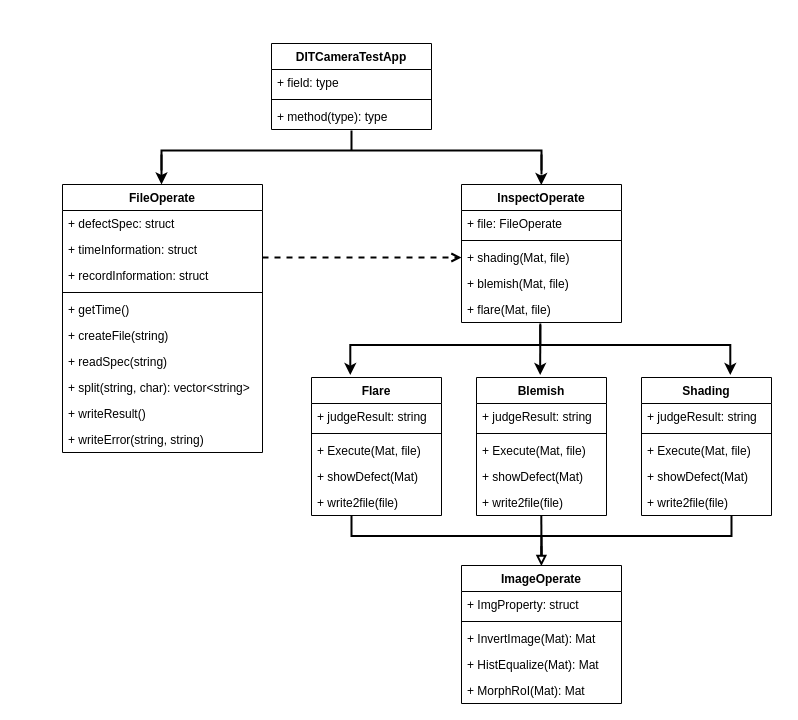
The draw.io diagram 未命名圖表.drawio in muscleee/UML, before the edit. Source tidied: cells renumbered, new cells numbered last; positions are measured from the earlier drawing's top-left corner, leaving out a move shared by most shapes. Both pictures are drawn from the tidied source at 100%, with x=0, y=0 at pixel (62, 43).
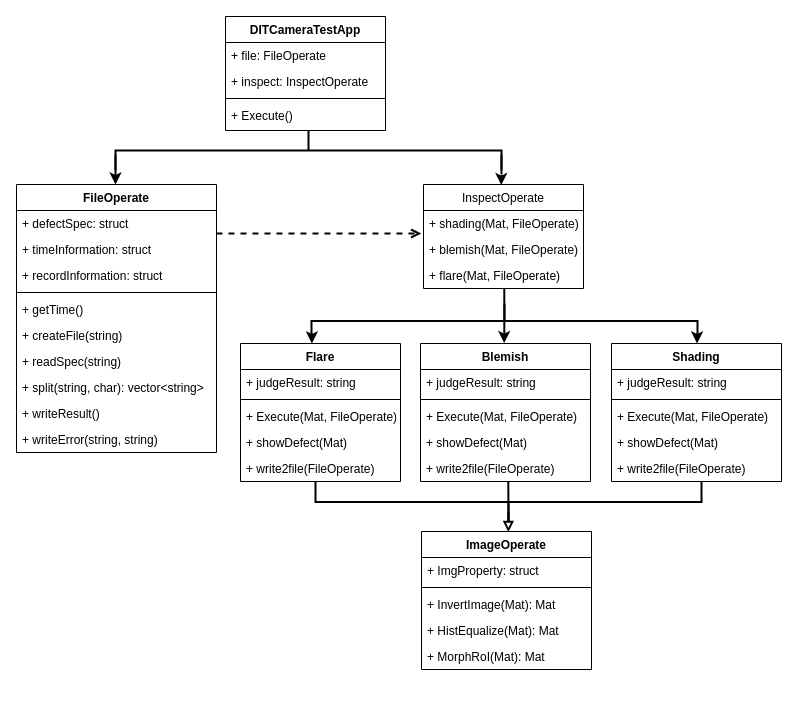
The same page after the edit.

Commit message:
更新未命名圖表.drawio

The edit, as a diff of the source:
```diff
@@
+    <mxCell id="5" style="strokeWidth=2;html=1;shape=mxgraph.flowchart.annotation_2;align=left;labelPosition=right;direction=south;" parent="1" vertex="1">
+      <mxGeometry x="249" y="260" width="386" height="35" as="geometry" />
+    </mxCell>
     <mxCell id="2" style="strokeWidth=2;html=1;shape=mxgraph.flowchart.annotation_2;align=left;labelPosition=right;direction=north;fillColor=none;" parent="1" vertex="1">
-      <mxGeometry x="289" y="472.6" width="380" height="40" as="geometry" />
+      <mxGeometry x="253" y="438.6" width="386" height="40" as="geometry" />
     </mxCell>
     <mxCell id="3" style="strokeWidth=2;html=1;shape=mxgraph.flowchart.annotation_2;align=left;labelPosition=right;direction=south;" parent="1" vertex="1">
-      <mxGeometry x="99" y="87" width="380" height="40" as="geometry" />
+      <mxGeometry x="53" y="87" width="386" height="40" as="geometry" />
     </mxCell>
-    <mxCell id="4" style="endArrow=open;html=1;rounded=0;strokeColor=#000000;strokeWidth=2;dashed=1;endFill=0;entryX=0;entryY=0.5;entryDx=0;entryDy=0;exitX=1;exitY=0.5;exitDx=0;exitDy=0;" parent="1" edge="1">
+    <mxCell id="4" style="endArrow=open;html=1;rounded=0;strokeColor=#000000;strokeWidth=2;dashed=1;endFill=0;entryX=-0.014;entryY=-0.115;entryDx=0;entryDy=0;exitX=1;exitY=0.5;exitDx=0;exitDy=0;entryPerimeter=0;" parent="1" edge="1" target="63">
       <mxGeometry relative="1" as="geometry">
-        <mxPoint x="200" y="214" as="sourcePoint" />
-        <mxPoint x="399" y="214" as="targetPoint" />
+        <mxPoint x="154" y="190" as="sourcePoint" />
       </mxGeometry>
     </mxCell>
-    <mxCell id="5" style="strokeWidth=2;html=1;shape=mxgraph.flowchart.annotation_2;align=left;labelPosition=right;direction=south;" parent="1" vertex="1">
-      <mxGeometry x="287.8" y="281.6" width="380" height="40" as="geometry" />
-    </mxCell>
     <mxCell id="6" value="DITCameraTestApp" style="swimlane;fontStyle=1;align=center;verticalAlign=top;horizontal=1;startSize=26;" parent="1" vertex="1">
-      <mxGeometry x="209" width="160" height="86" as="geometry" />
+      <mxGeometry x="163" y="-27" width="160" height="114" as="geometry" />
     </mxCell>
-    <mxCell id="7" value="+ field: type" style="text;strokeColor=none;fillColor=none;align=left;verticalAlign=top;spacingLeft=4;spacingRight=4;overflow=hidden;" parent="6" vertex="1">
+    <mxCell id="7" value="+ file: FileOperate" style="text;strokeColor=none;fillColor=none;align=left;verticalAlign=top;spacingLeft=4;spacingRight=4;overflow=hidden;" parent="6" vertex="1">
       <mxGeometry y="26" width="160" height="26" as="geometry" />
     </mxCell>
+    <mxCell id="61" value="+ inspect: InspectOperate" style="text;strokeColor=none;fillColor=none;align=left;verticalAlign=top;spacingLeft=4;spacingRight=4;overflow=hidden;" parent="6" vertex="1">
+      <mxGeometry y="52" width="160" height="26" as="geometry" />
+    </mxCell>
     <mxCell id="8" style="line;strokeWidth=1;fillColor=none;align=left;verticalAlign=middle;spacingTop=-1;spacingLeft=3;spacingRight=3;labelPosition=right;" parent="6" vertex="1">
-      <mxGeometry y="52" width="160" height="8" as="geometry" />
+      <mxGeometry y="78" width="160" height="8" as="geometry" />
     </mxCell>
-    <mxCell id="9" value="+ method(type): type" style="text;strokeColor=none;fillColor=none;align=left;verticalAlign=top;spacingLeft=4;spacingRight=4;overflow=hidden;" parent="6" vertex="1">
-      <mxGeometry y="60" width="160" height="26" as="geometry" />
+    <mxCell id="9" value="+ Execute()" style="text;strokeColor=none;fillColor=none;align=left;verticalAlign=top;spacingLeft=4;spacingRight=4;overflow=hidden;" parent="6" vertex="1">
+      <mxGeometry y="86" width="160" height="28" as="geometry" />
     </mxCell>
     <mxCell id="10" value="FileOperate" style="swimlane;fontStyle=1;align=center;verticalAlign=top;horizontal=1;startSize=26;" parent="1" vertex="1">
-      <mxGeometry y="141" width="200" height="268" as="geometry" />
+      <mxGeometry x="-46" y="141" width="200" height="268" as="geometry" />
     </mxCell>
@@
     <mxCell id="21" value="Flare" style="swimlane;fontStyle=1;align=center;verticalAlign=top;horizontal=1;startSize=26;" parent="1" vertex="1">
-      <mxGeometry x="249" y="334" width="130" height="138" as="geometry" />
+      <mxGeometry x="178" y="300" width="160" height="138" as="geometry" />
     </mxCell>
     <mxCell id="22" value="+ judgeResult: string" style="text;strokeColor=none;fillColor=none;align=left;verticalAlign=top;spacingLeft=4;spacingRight=4;overflow=hidden;" parent="21" vertex="1">
-      <mxGeometry y="26" width="130" height="26" as="geometry" />
+      <mxGeometry y="26" width="160" height="26" as="geometry" />
     </mxCell>
     <mxCell id="23" style="line;strokeWidth=1;fillColor=none;align=left;verticalAlign=middle;spacingTop=-1;spacingLeft=3;spacingRight=3;labelPosition=right;" parent="21" vertex="1">
-      <mxGeometry y="52" width="130" height="8" as="geometry" />
+      <mxGeometry y="52" width="160" height="8" as="geometry" />
     </mxCell>
-    <mxCell id="24" value="+ Execute(Mat, file)" style="text;strokeColor=none;fillColor=none;align=left;verticalAlign=top;spacingLeft=4;spacingRight=4;overflow=hidden;" parent="21" vertex="1">
-      <mxGeometry y="60" width="130" height="26" as="geometry" />
+    <mxCell id="24" value="+ Execute(Mat, FileOperate)" style="text;strokeColor=none;fillColor=none;align=left;verticalAlign=top;spacingLeft=4;spacingRight=4;overflow=hidden;" parent="21" vertex="1">
+      <mxGeometry y="60" width="160" height="26" as="geometry" />
     </mxCell>
     <mxCell id="25" value="+ showDefect(Mat)" style="text;strokeColor=none;fillColor=none;align=left;verticalAlign=top;spacingLeft=4;spacingRight=4;overflow=hidden;" parent="21" vertex="1">
-      <mxGeometry y="86" width="130" height="26" as="geometry" />
+      <mxGeometry y="86" width="160" height="26" as="geometry" />
     </mxCell>
-    <mxCell id="26" value="+ write2file(file)" style="text;strokeColor=none;fillColor=none;align=left;verticalAlign=top;spacingLeft=4;spacingRight=4;overflow=hidden;" parent="21" vertex="1">
-      <mxGeometry y="112" width="130" height="26" as="geometry" />
+    <mxCell id="26" value="+ write2file(FileOperate)" style="text;strokeColor=none;fillColor=none;align=left;verticalAlign=top;spacingLeft=4;spacingRight=4;overflow=hidden;" parent="21" vertex="1">
+      <mxGeometry y="112" width="160" height="26" as="geometry" />
     </mxCell>
     <mxCell id="27" value="Blemish" style="swimlane;fontStyle=1;align=center;verticalAlign=top;horizontal=1;startSize=26;" parent="1" vertex="1">
-      <mxGeometry x="414" y="334" width="130" height="138" as="geometry" />
+      <mxGeometry x="358" y="300" width="170" height="138" as="geometry" />
     </mxCell>
     <mxCell id="28" value="+ judgeResult: string" style="text;strokeColor=none;fillColor=none;align=left;verticalAlign=top;spacingLeft=4;spacingRight=4;overflow=hidden;" parent="27" vertex="1">
-      <mxGeometry y="26" width="130" height="26" as="geometry" />
+      <mxGeometry y="26" width="170" height="26" as="geometry" />
     </mxCell>
     <mxCell id="29" style="line;strokeWidth=1;fillColor=none;align=left;verticalAlign=middle;spacingTop=-1;spacingLeft=3;spacingRight=3;labelPosition=right;" parent="27" vertex="1">
-      <mxGeometry y="52" width="130" height="8" as="geometry" />
+      <mxGeometry y="52" width="170" height="8" as="geometry" />
     </mxCell>
-    <mxCell id="30" value="+ Execute(Mat, file)" style="text;strokeColor=none;fillColor=none;align=left;verticalAlign=top;spacingLeft=4;spacingRight=4;overflow=hidden;" parent="27" vertex="1">
-      <mxGeometry y="60" width="130" height="26" as="geometry" />
+    <mxCell id="30" value="+ Execute(Mat, FileOperate)" style="text;strokeColor=none;fillColor=none;align=left;verticalAlign=top;spacingLeft=4;spacingRight=4;overflow=hidden;" parent="27" vertex="1">
+      <mxGeometry y="60" width="170" height="26" as="geometry" />
     </mxCell>
     <mxCell id="31" value="+ showDefect(Mat)" style="text;strokeColor=none;fillColor=none;align=left;verticalAlign=top;spacingLeft=4;spacingRight=4;overflow=hidden;" parent="27" vertex="1">
-      <mxGeometry y="86" width="130" height="26" as="geometry" />
+      <mxGeometry y="86" width="170" height="26" as="geometry" />
     </mxCell>
-    <mxCell id="32" value="+ write2file(file)" style="text;strokeColor=none;fillColor=none;align=left;verticalAlign=top;spacingLeft=4;spacingRight=4;overflow=hidden;" parent="27" vertex="1">
-      <mxGeometry y="112" width="130" height="26" as="geometry" />
+    <mxCell id="32" value="+ write2file(FileOperate)" style="text;strokeColor=none;fillColor=none;align=left;verticalAlign=top;spacingLeft=4;spacingRight=4;overflow=hidden;" parent="27" vertex="1">
+      <mxGeometry y="112" width="170" height="26" as="geometry" />
     </mxCell>
     <mxCell id="33" value="Shading" style="swimlane;fontStyle=1;align=center;verticalAlign=top;horizontal=1;startSize=26;" parent="1" vertex="1">
-      <mxGeometry x="579" y="334" width="130" height="138" as="geometry" />
+      <mxGeometry x="549" y="300" width="170" height="138" as="geometry" />
     </mxCell>
     <mxCell id="34" value="+ judgeResult: string" style="text;strokeColor=none;fillColor=none;align=left;verticalAlign=top;spacingLeft=4;spacingRight=4;overflow=hidden;" parent="33" vertex="1">
-      <mxGeometry y="26" width="130" height="26" as="geometry" />
+      <mxGeometry y="26" width="170" height="26" as="geometry" />
     </mxCell>
     <mxCell id="35" style="line;strokeWidth=1;fillColor=none;align=left;verticalAlign=middle;spacingTop=-1;spacingLeft=3;spacingRight=3;labelPosition=right;" parent="33" vertex="1">
-      <mxGeometry y="52" width="130" height="8" as="geometry" />
+      <mxGeometry y="52" width="170" height="8" as="geometry" />
     </mxCell>
-    <mxCell id="36" value="+ Execute(Mat, file)" style="text;strokeColor=none;fillColor=none;align=left;verticalAlign=top;spacingLeft=4;spacingRight=4;overflow=hidden;" parent="33" vertex="1">
-      <mxGeometry y="60" width="130" height="26" as="geometry" />
+    <mxCell id="36" value="+ Execute(Mat, FileOperate)" style="text;strokeColor=none;fillColor=none;align=left;verticalAlign=top;spacingLeft=4;spacingRight=4;overflow=hidden;" parent="33" vertex="1">
+      <mxGeometry y="60" width="170" height="26" as="geometry" />
     </mxCell>
     <mxCell id="37" value="+ showDefect(Mat)" style="text;strokeColor=none;fillColor=none;align=left;verticalAlign=top;spacingLeft=4;spacingRight=4;overflow=hidden;" parent="33" vertex="1">
-      <mxGeometry y="86" width="130" height="26" as="geometry" />
+      <mxGeometry y="86" width="170" height="26" as="geometry" />
     </mxCell>
-    <mxCell id="38" value="+ write2file(file)" style="text;strokeColor=none;fillColor=none;align=left;verticalAlign=top;spacingLeft=4;spacingRight=4;overflow=hidden;" parent="33" vertex="1">
-      <mxGeometry y="112" width="130" height="26" as="geometry" />
+    <mxCell id="38" value="+ write2file(FileOperate)" style="text;strokeColor=none;fillColor=none;align=left;verticalAlign=top;spacingLeft=4;spacingRight=4;overflow=hidden;" parent="33" vertex="1">
+      <mxGeometry y="112" width="170" height="26" as="geometry" />
     </mxCell>
     <mxCell id="39" style="endArrow=none;html=1;rounded=0;strokeWidth=2;entryX=0.168;entryY=0.5;entryDx=0;entryDy=0;entryPerimeter=0;" parent="1" edge="1">
       <mxGeometry relative="1" as="geometry">
-        <mxPoint x="477.7" y="321.6" as="sourcePoint" />
-        <mxPoint x="477.8" y="280" as="targetPoint" />
+        <mxPoint x="441.8" y="290" as="sourcePoint" />
+        <mxPoint x="441.8" y="245" as="targetPoint" />
       </mxGeometry>
     </mxCell>
     <mxCell id="40" style="endArrow=none;html=1;rounded=0;strokeWidth=2;entryX=0.168;entryY=0.5;entryDx=0;entryDy=0;entryPerimeter=0;" parent="1" edge="1">
       <mxGeometry relative="1" as="geometry">
-        <mxPoint x="479" y="512.6" as="sourcePoint" />
-        <mxPoint x="478.8" y="472" as="targetPoint" />
+        <mxPoint x="446" y="478.6" as="sourcePoint" />
+        <mxPoint x="445.8" y="438" as="targetPoint" />
       </mxGeometry>
     </mxCell>
     <mxCell id="41" style="endArrow=block;html=1;rounded=0;strokeColor=#000000;strokeWidth=2;endFill=0;" parent="1" edge="1">
       <mxGeometry relative="1" as="geometry">
-        <mxPoint x="478.9" y="502.6" as="sourcePoint" />
-        <mxPoint x="478.9" y="522.6" as="targetPoint" />
+        <mxPoint x="445.9" y="468.6" as="sourcePoint" />
+        <mxPoint x="445.9" y="488.6" as="targetPoint" />
       </mxGeometry>
     </mxCell>
     <mxCell id="42" value="ImageOperate" style="swimlane;fontStyle=1;align=center;verticalAlign=top;horizontal=1;startSize=26;fillColor=none;" parent="1" vertex="1">
-      <mxGeometry x="399" y="522" width="160" height="138" as="geometry" />
+      <mxGeometry x="359" y="488" width="170" height="138" as="geometry" />
     </mxCell>
     <mxCell id="43" value="+ ImgProperty: struct" style="text;strokeColor=none;fillColor=none;align=left;verticalAlign=top;spacingLeft=4;spacingRight=4;overflow=hidden;" parent="42" vertex="1">
-      <mxGeometry y="26" width="160" height="26" as="geometry" />
+      <mxGeometry y="26" width="170" height="26" as="geometry" />
     </mxCell>
     <mxCell id="44" style="line;strokeWidth=1;fillColor=none;align=left;verticalAlign=middle;spacingTop=-1;spacingLeft=3;spacingRight=3;labelPosition=right;" parent="42" vertex="1">
-      <mxGeometry y="52" width="160" height="8" as="geometry" />
+      <mxGeometry y="52" width="170" height="8" as="geometry" />
     </mxCell>
     <mxCell id="45" value="+ InvertImage(Mat): Mat" style="text;strokeColor=none;fillColor=none;align=left;verticalAlign=top;spacingLeft=4;spacingRight=4;overflow=hidden;" parent="42" vertex="1">
-      <mxGeometry y="60" width="160" height="26" as="geometry" />
+      <mxGeometry y="60" width="170" height="26" as="geometry" />
     </mxCell>
     <mxCell id="46" value="+ HistEqualize(Mat): Mat" style="text;strokeColor=none;fillColor=none;align=left;verticalAlign=top;spacingLeft=4;spacingRight=4;overflow=hidden;" parent="42" vertex="1">
-      <mxGeometry y="86" width="160" height="26" as="geometry" />
+      <mxGeometry y="86" width="170" height="26" as="geometry" />
     </mxCell>
     <mxCell id="47" value="+ MorphRoI(Mat): Mat" style="text;strokeColor=none;fillColor=none;align=left;verticalAlign=top;spacingLeft=4;spacingRight=4;overflow=hidden;" parent="42" vertex="1">
-      <mxGeometry y="112" width="160" height="26" as="geometry" />
+      <mxGeometry y="112" width="170" height="26" as="geometry" />
     </mxCell>
-    <mxCell id="48" style="endArrow=classic;html=1;rounded=0;strokeColor=#000000;strokeWidth=2;startArrow=none;" parent="1" edge="1" source="50">
+    <mxCell id="48" style="endArrow=classic;html=1;rounded=0;strokeColor=#000000;strokeWidth=2;startArrow=none;" parent="1" edge="1">
       <mxGeometry relative="1" as="geometry">
-        <mxPoint x="479" y="141" as="targetPoint" />
+        <mxPoint x="433" y="141" as="sourcePoint" />
+        <mxPoint x="433" y="141" as="targetPoint" />
       </mxGeometry>
     </mxCell>
     <mxCell id="49" style="endArrow=classic;html=1;rounded=0;strokeColor=#000000;strokeWidth=2;" parent="1" edge="1">
       <mxGeometry relative="1" as="geometry">
-        <mxPoint x="99" y="111" as="sourcePoint" />
-        <mxPoint x="99" y="141" as="targetPoint" />
+        <mxPoint x="53" y="111" as="sourcePoint" />
+        <mxPoint x="53" y="141" as="targetPoint" />
       </mxGeometry>
     </mxCell>
-    <mxCell id="50" value="InspectOperate" style="swimlane;fontStyle=1;align=center;verticalAlign=top;horizontal=1;startSize=26;" parent="1" vertex="1">
-      <mxGeometry x="399" y="141" width="160" height="138" as="geometry" />
-    </mxCell>
-    <mxCell id="51" value="+ file: FileOperate" style="text;strokeColor=none;fillColor=none;align=left;verticalAlign=top;spacingLeft=4;spacingRight=4;overflow=hidden;" parent="50" vertex="1">
-      <mxGeometry y="26" width="160" height="26" as="geometry" />
-    </mxCell>
-    <mxCell id="52" style="line;strokeWidth=1;fillColor=none;align=left;verticalAlign=middle;spacingTop=-1;spacingLeft=3;spacingRight=3;labelPosition=right;" parent="50" vertex="1">
-      <mxGeometry y="52" width="160" height="8" as="geometry" />
-    </mxCell>
-    <mxCell id="53" value="+ shading(Mat, file)" style="text;strokeColor=none;fillColor=none;align=left;verticalAlign=top;spacingLeft=4;spacingRight=4;overflow=hidden;" parent="50" vertex="1">
-      <mxGeometry y="60" width="160" height="26" as="geometry" />
-    </mxCell>
-    <mxCell id="54" value="+ blemish(Mat, file)" style="text;strokeColor=none;fillColor=none;align=left;verticalAlign=top;spacingLeft=4;spacingRight=4;overflow=hidden;" parent="50" vertex="1">
-      <mxGeometry y="86" width="160" height="26" as="geometry" />
-    </mxCell>
-    <mxCell id="55" value="+ flare(Mat, file)" style="text;strokeColor=none;fillColor=none;align=left;verticalAlign=top;spacingLeft=4;spacingRight=4;overflow=hidden;" parent="50" vertex="1">
-      <mxGeometry y="112" width="160" height="26" as="geometry" />
-    </mxCell>
     <mxCell id="56" style="endArrow=none;html=1;rounded=0;strokeColor=#000000;strokeWidth=2;" parent="1" edge="1">
       <mxGeometry relative="1" as="geometry">
-        <mxPoint x="479" y="111" as="sourcePoint" />
-        <mxPoint x="479" y="131" as="targetPoint" />
+        <mxPoint x="439" y="111" as="sourcePoint" />
+        <mxPoint x="439" y="131" as="targetPoint" />
       </mxGeometry>
     </mxCell>
     <mxCell id="57" style="endArrow=classic;html=1;rounded=0;strokeColor=#000000;strokeWidth=2;" parent="1" edge="1">
       <mxGeometry relative="1" as="geometry">
-        <mxPoint x="667.8" y="321.6" as="sourcePoint" />
-        <mxPoint x="667.8" y="331.6" as="targetPoint" />
+        <mxPoint x="634.6" y="290" as="sourcePoint" />
+        <mxPoint x="634.6" y="300" as="targetPoint" />
       </mxGeometry>
     </mxCell>
     <mxCell id="58" style="endArrow=classic;html=1;rounded=0;strokeColor=#000000;strokeWidth=2;" parent="1" edge="1">
       <mxGeometry relative="1" as="geometry">
-        <mxPoint x="477.7" y="321.6" as="sourcePoint" />
-        <mxPoint x="477.7" y="331.6" as="targetPoint" />
+        <mxPoint x="441.7" y="289.6" as="sourcePoint" />
+        <mxPoint x="441.7" y="299.6" as="targetPoint" />
       </mxGeometry>
     </mxCell>
     <mxCell id="59" style="endArrow=classic;html=1;rounded=0;strokeColor=#000000;strokeWidth=2;" parent="1" edge="1">
       <mxGeometry relative="1" as="geometry">
-        <mxPoint x="287.8" y="321.6" as="sourcePoint" />
-        <mxPoint x="287.8" y="331.6" as="targetPoint" />
+        <mxPoint x="249.4" y="290" as="sourcePoint" />
+        <mxPoint x="249.4" y="300" as="targetPoint" />
       </mxGeometry>
     </mxCell>
     <mxCell id="60" style="endArrow=classic;html=1;rounded=0;strokeColor=#000000;strokeWidth=2;" parent="1" edge="1">
       <mxGeometry relative="1" as="geometry">
-        <mxPoint x="478.8" y="131.6" as="sourcePoint" />
-        <mxPoint x="478.8" y="141.6" as="targetPoint" />
+        <mxPoint x="438.8" y="131.6" as="sourcePoint" />
+        <mxPoint x="438.8" y="141.6" as="targetPoint" />
       </mxGeometry>
     </mxCell>
+    <mxCell id="50" value="InspectOperate" style="swimlane;fontStyle=0;horizontal=1;startSize=26;fillColor=none;" parent="1" vertex="1">
+      <mxGeometry x="361" y="141" width="160" height="104" as="geometry" />
+    </mxCell>
+    <mxCell id="62" value="+ shading(Mat, FileOperate)" style="text;strokeColor=none;fillColor=none;align=left;verticalAlign=top;spacingLeft=4;spacingRight=4;overflow=hidden;" parent="50" vertex="1">
+      <mxGeometry y="26" width="160" height="26" as="geometry" />
+    </mxCell>
+    <mxCell id="63" value="+ blemish(Mat, FileOperate)" style="text;strokeColor=none;fillColor=none;align=left;verticalAlign=top;spacingLeft=4;spacingRight=4;overflow=hidden;points=[[0,0.5],[1,0.5]];portConstraint=eastwest;" parent="50" vertex="1">
+      <mxGeometry y="52" width="160" height="26" as="geometry" />
+    </mxCell>
+    <mxCell id="64" value="+ flare(Mat, FileOperate)" style="text;strokeColor=none;fillColor=none;align=left;verticalAlign=top;spacingLeft=4;spacingRight=4;overflow=hidden;" parent="50" vertex="1">
+      <mxGeometry y="78" width="160" height="26" as="geometry" />
+    </mxCell>
```
